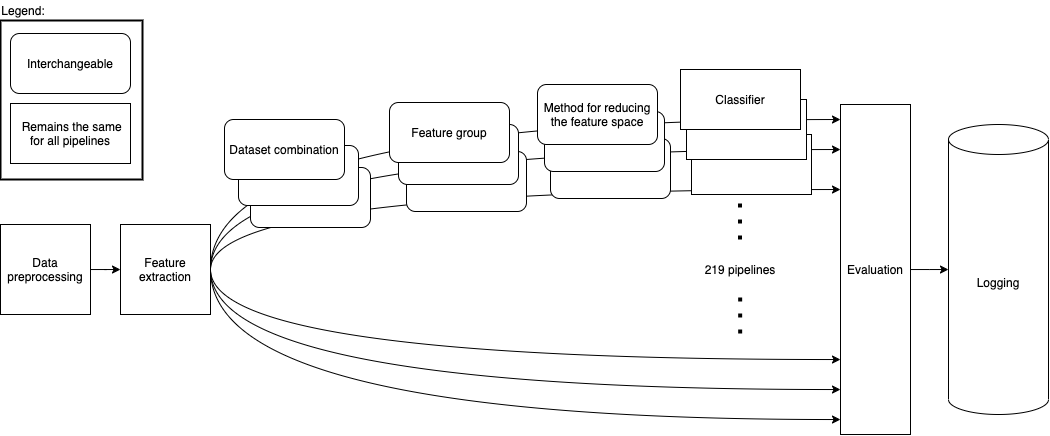
Above: figures/diagram.png in aslakhol/thesis (draw.io), before the change. Source tidied: cells renumbered, new cells last; positions are measured from the earlier drawing's top-left corner, leaving out a move shared by most shapes.
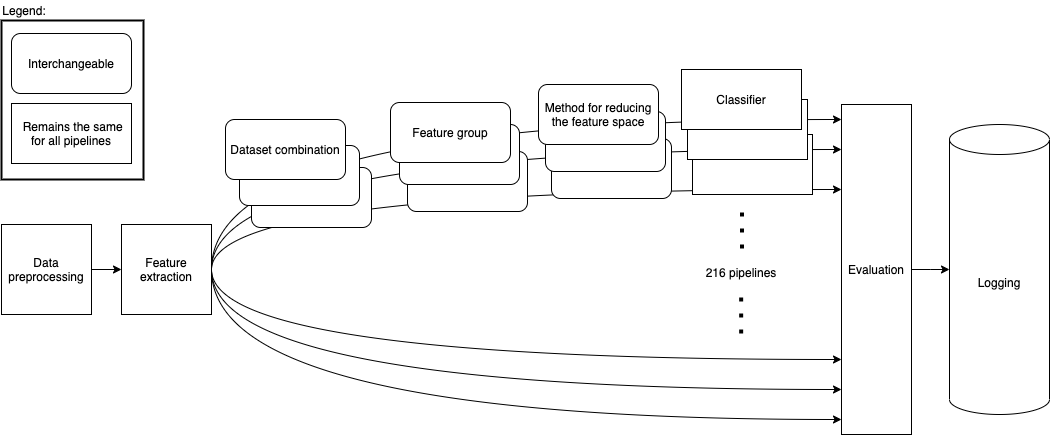
Above is the later version.

What changed in the source:
```diff
@@ -106,8 +106,8 @@
     </mxCell>
     <mxCell id="28" style="endArrow=none;dashed=1;html=1;dashPattern=1 3;strokeWidth=4;" parent="1" edge="1">
       <mxGeometry relative="1" as="geometry">
-        <mxPoint x="739.5" y="239" as="sourcePoint" />
-        <mxPoint x="739.5" y="199" as="targetPoint" />
+        <mxPoint x="740.5" y="248" as="sourcePoint" />
+        <mxPoint x="740.5" y="208" as="targetPoint" />
       </mxGeometry>
     </mxCell>
     <mxCell id="29" style="endArrow=none;dashed=1;html=1;dashPattern=1 3;strokeWidth=4;" parent="1" edge="1">
@@ -116,8 +116,8 @@
         <mxPoint x="739.7" y="293" as="targetPoint" />
       </mxGeometry>
     </mxCell>
-    <mxCell id="30" value="219 pipelines" style="text;html=1;strokeColor=none;fillColor=none;align=center;verticalAlign=middle;whiteSpace=wrap;rounded=0;" parent="1" vertex="1">
-      <mxGeometry x="685" y="259" width="110" height="20" as="geometry" />
+    <mxCell id="30" value="216 pipelines" style="text;html=1;strokeColor=none;fillColor=none;align=center;verticalAlign=middle;whiteSpace=wrap;rounded=0;" parent="1" vertex="1">
+      <mxGeometry x="685" y="262" width="110" height="20" as="geometry" />
     </mxCell>
     <mxCell id="31" value="Classifier" style="rounded=0;whiteSpace=wrap;html=1;" parent="1" vertex="1">
       <mxGeometry x="680" y="69" width="120" height="60" as="geometry" />
```
